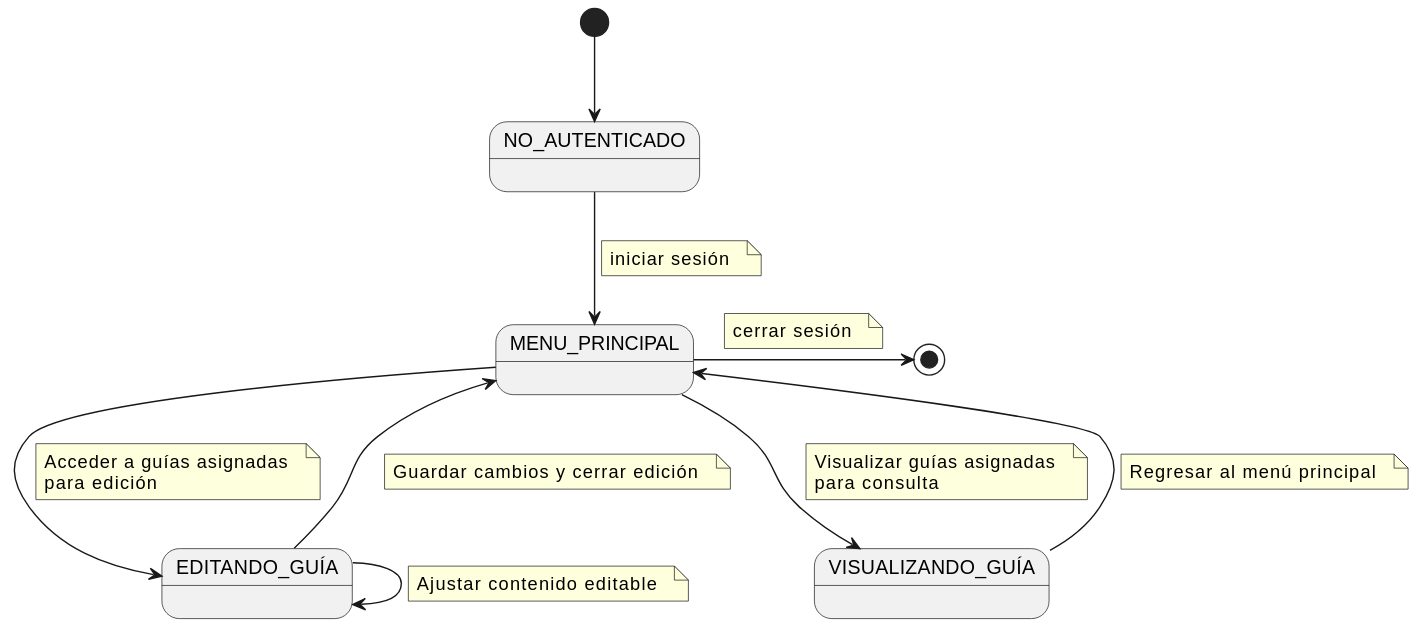
The PlantUML diagram images/modelosUML/DiagramasContexto/DiagramaDeContextoProfesor.svg in mmasias/24-25-IdSw1-SDR, before a commit.
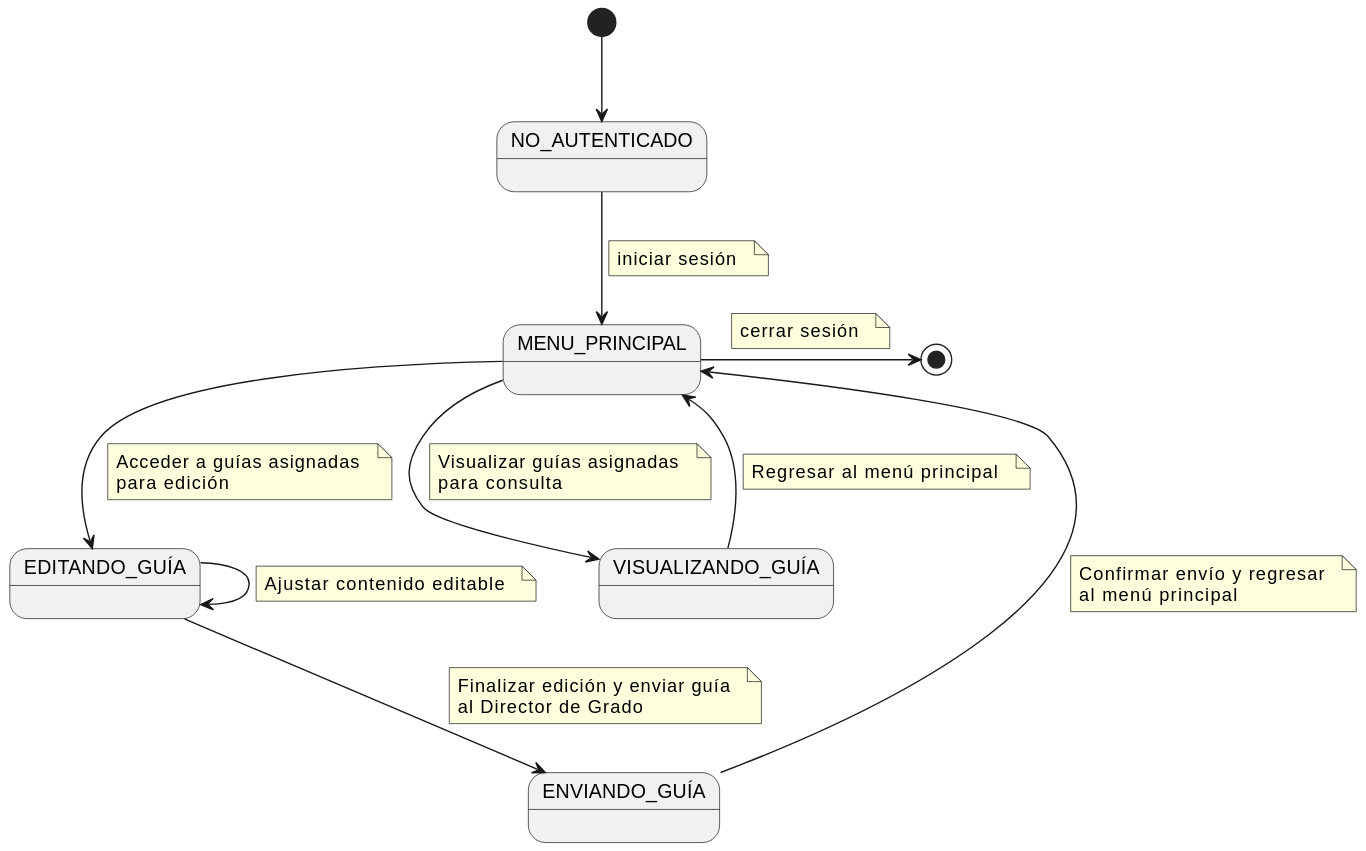
The same file after the commit.

Commit message:
update diagrama de contexto profesor con nuevo cdu

The edit, as a diff of the source:
```diff
@@ -3,6 +3,7 @@
 state "MENU_PRINCIPAL" as MenuPrincipal
 state "EDITANDO_GUÍA" as EditandoGuia
 state "VISUALIZANDO_GUÍA" as VisualizandoGuia
+state "ENVIANDO_GUÍA" as EnviandoGuia
 
 [*] --> NoAutenticado
 
@@ -38,8 +39,15 @@
         Ajustar contenido editable
     end note
 
-EditandoGuia --> MenuPrincipal
+EditandoGuia --> EnviandoGuia
     note on link
-        Guardar cambios y cerrar edición
+        Finalizar edición y enviar guía
+        al Director de Grado
+    end note
+
+EnviandoGuia --> MenuPrincipal
+    note on link
+        Confirmar envío y regresar
+        al menú principal
     end note
 @enduml
```
